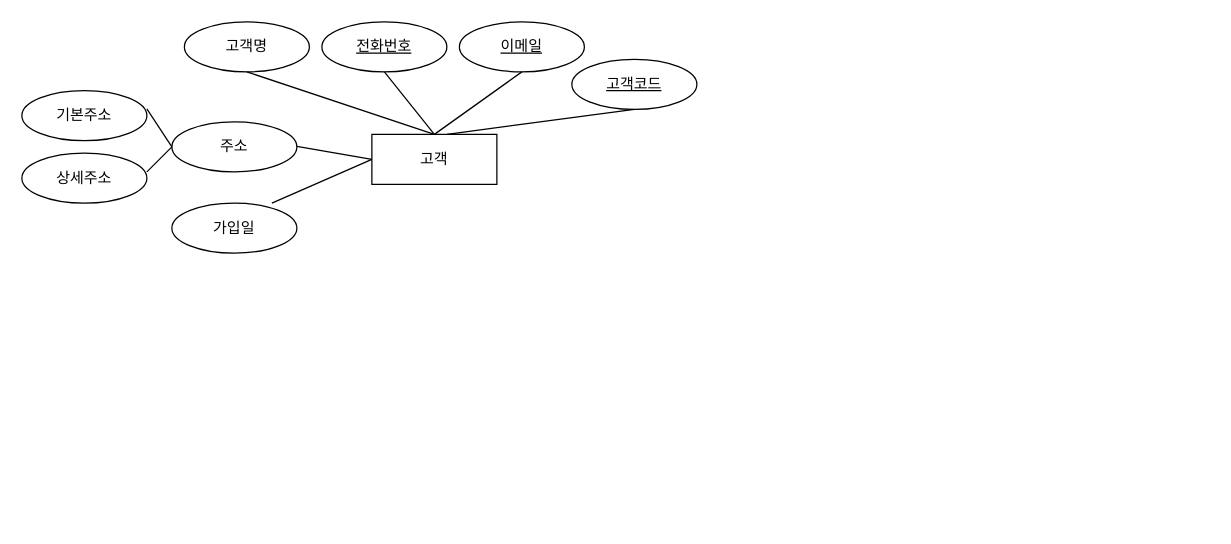
Earlier version of the draw.io diagram 제목 없는 다이어그램.drawio (jh0322/erd). Source tidied: cells renumbered, new cells numbered last; positions are measured from the earlier drawing's top-left corner, leaving out a move shared by most shapes. Both pictures are drawn from the tidied source at 125%, with x=0, y=0 at pixel (21, 21).
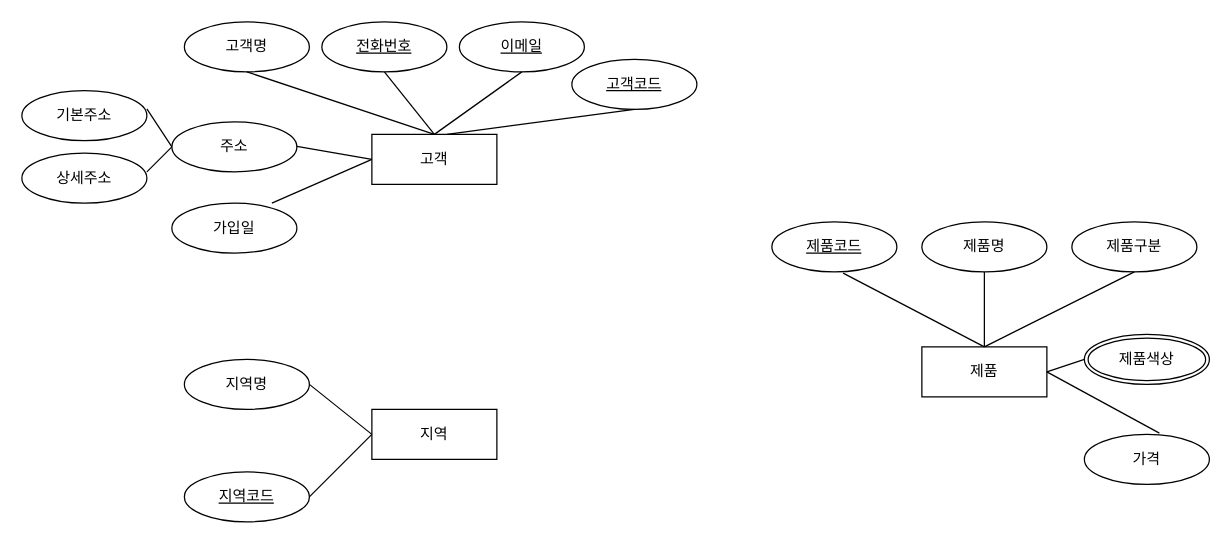
After the change.

Commit message:
제목 없는 다이어그램.drawio 업데이트

Diff of the diagram source:
```diff
@@
+    <mxCell id="19" value="지역" style="whiteSpace=wrap;html=1;align=center;" parent="1" vertex="1">
+      <mxGeometry x="280" y="310" width="100" height="40" as="geometry" />
+    </mxCell>
+    <mxCell id="20" value="지역명" style="ellipse;whiteSpace=wrap;html=1;align=center;" parent="1" vertex="1">
+      <mxGeometry x="130" y="270" width="100" height="40" as="geometry" />
+    </mxCell>
+    <mxCell id="21" style="endArrow=none;html=1;rounded=0;entryX=0;entryY=0.5;entryDx=0;entryDy=0;exitX=1;exitY=0.5;exitDx=0;exitDy=0;" parent="1" edge="1" source="20" target="19">
+      <mxGeometry relative="1" as="geometry" />
+    </mxCell>
+    <mxCell id="22" style="endArrow=none;html=1;rounded=0;entryX=0;entryY=0.5;entryDx=0;entryDy=0;exitX=1;exitY=0.5;exitDx=0;exitDy=0;" parent="1" edge="1" source="25" target="19">
+      <mxGeometry relative="1" as="geometry" />
+    </mxCell>
+    <mxCell id="23" value="제품" style="whiteSpace=wrap;html=1;align=center;" parent="1" vertex="1">
+      <mxGeometry x="720" y="260" width="100" height="40" as="geometry" />
+    </mxCell>
+    <mxCell id="24" value="제품명" style="ellipse;whiteSpace=wrap;html=1;align=center;" parent="1" vertex="1">
+      <mxGeometry x="720" y="160" width="100" height="40" as="geometry" />
+    </mxCell>
+    <mxCell id="25" value="지역코드" style="ellipse;whiteSpace=wrap;html=1;align=center;fontStyle=4;" parent="1" vertex="1">
+      <mxGeometry x="130" y="360" width="100" height="40" as="geometry" />
+    </mxCell>
+    <mxCell id="26" value="제품코드" style="ellipse;whiteSpace=wrap;html=1;align=center;fontStyle=4;" parent="1" vertex="1">
+      <mxGeometry x="600" y="160" width="100" height="40" as="geometry" />
+    </mxCell>
+    <mxCell id="27" value="제품구분" style="ellipse;whiteSpace=wrap;html=1;align=center;" parent="1" vertex="1">
+      <mxGeometry x="840" y="160" width="100" height="40" as="geometry" />
+    </mxCell>
+    <mxCell id="28" value="가격" style="ellipse;whiteSpace=wrap;html=1;align=center;" parent="1" vertex="1">
+      <mxGeometry x="850" y="330" width="100" height="40" as="geometry" />
+    </mxCell>
+    <mxCell id="29" value="제품색상" style="ellipse;shape=doubleEllipse;margin=3;whiteSpace=wrap;html=1;align=center;" parent="1" vertex="1">
+      <mxGeometry x="850" y="250" width="100" height="40" as="geometry" />
+    </mxCell>
+    <mxCell id="30" style="endArrow=none;html=1;rounded=0;exitX=0.57;exitY=1.025;exitDx=0;exitDy=0;exitPerimeter=0;entryX=0.5;entryY=0;entryDx=0;entryDy=0;" parent="1" edge="1" source="26" target="23">
+      <mxGeometry relative="1" as="geometry" />
+    </mxCell>
+    <mxCell id="31" style="endArrow=none;html=1;rounded=0;exitX=0.5;exitY=1;exitDx=0;exitDy=0;" parent="1" edge="1" source="24" target="23">
+      <mxGeometry relative="1" as="geometry" />
+    </mxCell>
+    <mxCell id="32" style="endArrow=none;html=1;rounded=0;entryX=0.5;entryY=1;entryDx=0;entryDy=0;exitX=0.5;exitY=0;exitDx=0;exitDy=0;" parent="1" edge="1" source="23" target="27">
+      <mxGeometry relative="1" as="geometry" />
+    </mxCell>
+    <mxCell id="33" style="endArrow=none;html=1;rounded=0;entryX=0;entryY=0.5;entryDx=0;entryDy=0;exitX=1;exitY=0.5;exitDx=0;exitDy=0;" parent="1" edge="1" source="23" target="29">
+      <mxGeometry relative="1" as="geometry" />
+    </mxCell>
+    <mxCell id="34" style="endArrow=none;html=1;rounded=0;exitX=1;exitY=0.5;exitDx=0;exitDy=0;" parent="1" edge="1" source="23">
+      <mxGeometry relative="1" as="geometry">
+        <mxPoint x="910" y="329" as="targetPoint" />
+      </mxGeometry>
+    </mxCell>
```
